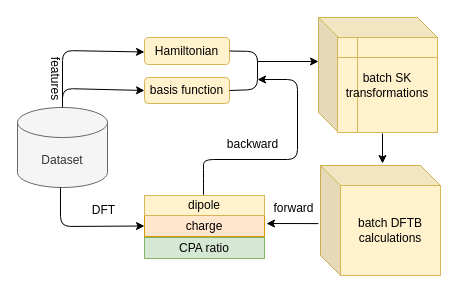
The draw.io diagram Untitled Diagram.drawio in FanGuozheng/dftbpy, before the edit. Source tidied: cells renumbered, new cells numbered last; positions are measured from the earlier drawing's top-left corner, leaving out a move shared by most shapes. Both pictures are drawn from the tidied source at 100%, with x=0, y=0 at pixel (17, 17).
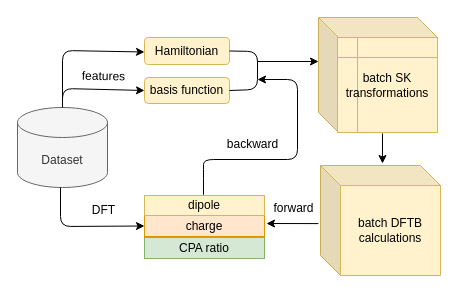
After the change.

The edit, as a diff of the source:
```diff
@@
-    <mxCell id="22" value="features" style="text;html=1;align=center;verticalAlign=middle;rotation=90;" parent="1" vertex="1">
-      <mxGeometry x="8" y="51" width="60" height="20" as="geometry" />
+    <mxCell id="22" value="features" style="text;html=1;align=center;verticalAlign=middle;rotation=1;" parent="1" vertex="1">
+      <mxGeometry x="56" y="49" width="60" height="20" as="geometry" />
     </mxCell>
```
